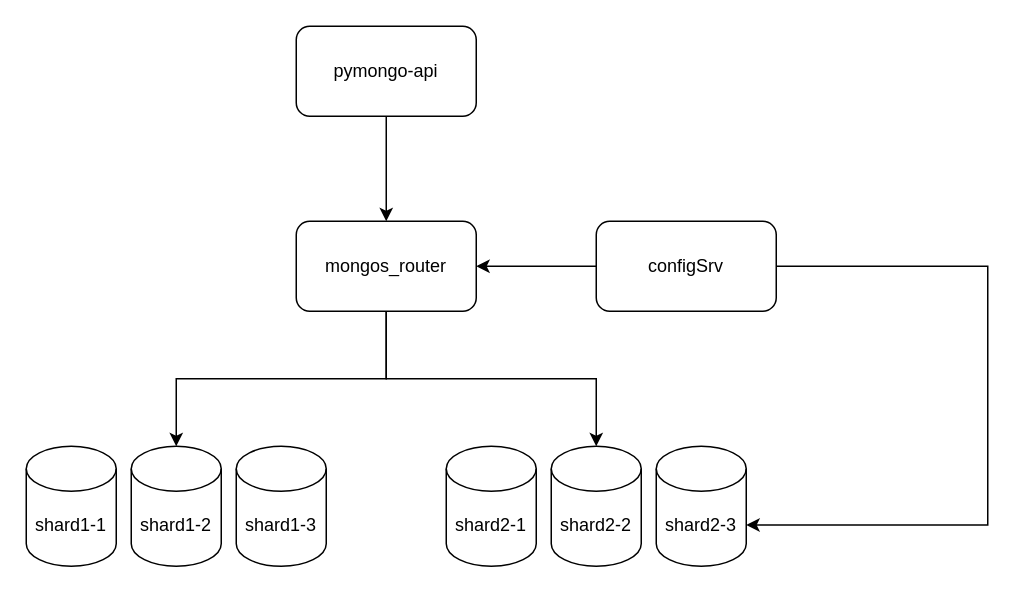
Before: docs/diagrams/task1.2.drawio in Yandex-Practicum/architecture-black_friday, a draw.io diagram. Source tidied: cells renumbered, new cells numbered last; positions are measured from the earlier drawing's top-left corner, leaving out a move shared by most shapes. Both pictures are drawn from the tidied source at 150%, with x=0, y=0 at pixel (26, 26).
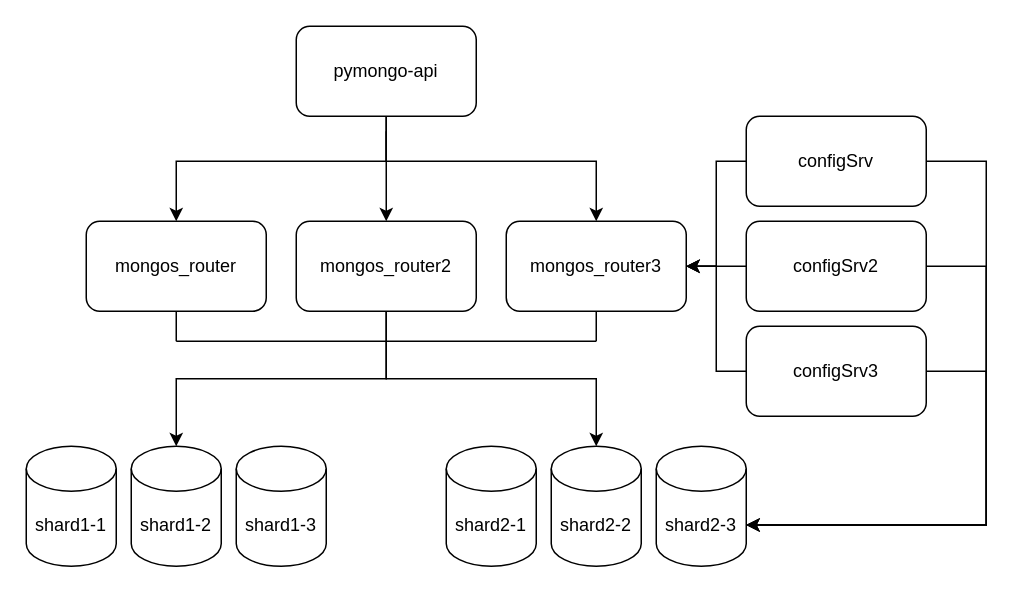
The same page after the edit.

The change refers to these unchanged cells:
```xml
<mxCell id="6" value="shard2-3" style="shape=cylinder3;whiteSpace=wrap;html=1;boundedLbl=1;backgroundOutline=1;size=15;" parent="1" vertex="1">
  <mxGeometry x="420" y="280" width="60" height="80" as="geometry" />
</mxCell>
```

The edit, as a diff of the source:
```diff
@@
-    <mxCell id="12" value="mongos_router" style="rounded=1;whiteSpace=wrap;html=1;" parent="1" vertex="1">
+    <mxCell id="12" value="mongos_router2" style="rounded=1;whiteSpace=wrap;html=1;" parent="1" vertex="1">
       <mxGeometry x="180" y="130" width="120" height="60" as="geometry" />
     </mxCell>
-    <mxCell id="13" value="configSrv" style="rounded=1;whiteSpace=wrap;html=1;" parent="1" vertex="1">
-      <mxGeometry x="380" y="130" width="120" height="60" as="geometry" />
+    <mxCell id="13" value="configSrv2" style="rounded=1;whiteSpace=wrap;html=1;" parent="1" vertex="1">
+      <mxGeometry x="480" y="130" width="120" height="60" as="geometry" />
     </mxCell>
-    <mxCell id="14" style="edgeStyle=orthogonalEdgeStyle;rounded=0;jettySize=auto;html=1;exitX=0;exitY=0.5;exitDx=0;exitDy=0;entryX=1;entryY=0.5;entryDx=0;entryDy=0;" parent="1" edge="1" source="13" target="12">
-      <mxGeometry relative="1" as="geometry" />
-    </mxCell>
     <mxCell id="15" style="edgeStyle=orthogonalEdgeStyle;rounded=0;jettySize=auto;html=1;exitX=1;exitY=0.5;exitDx=0;exitDy=0;entryX=1;entryY=0;entryDx=0;entryDy=52.5;entryPerimeter=0;" parent="1" edge="1" source="13" target="6">
       <mxGeometry relative="1" as="geometry">
         <Array as="points">
-          <mxPoint x="641" y="160" />
-          <mxPoint x="641" y="333" />
+          <mxPoint x="640" y="160" />
+          <mxPoint x="640" y="333" />
         </Array>
       </mxGeometry>
     </mxCell>
+    <mxCell id="16" value="configSrv3" style="rounded=1;whiteSpace=wrap;html=1;" parent="1" vertex="1">
+      <mxGeometry x="480" y="200" width="120" height="60" as="geometry" />
+    </mxCell>
+    <mxCell id="17" value="configSrv" style="rounded=1;whiteSpace=wrap;html=1;" parent="1" vertex="1">
+      <mxGeometry x="480" y="60" width="120" height="60" as="geometry" />
+    </mxCell>
+    <mxCell id="18" value="mongos_router" style="rounded=1;whiteSpace=wrap;html=1;" parent="1" vertex="1">
+      <mxGeometry x="40" y="130" width="120" height="60" as="geometry" />
+    </mxCell>
+    <mxCell id="19" style="edgeStyle=orthogonalEdgeStyle;rounded=0;jettySize=auto;html=1;exitX=0;exitY=0.5;exitDx=0;exitDy=0;entryX=1;entryY=0.5;entryDx=0;entryDy=0;" parent="1" edge="1" source="13" target="20">
+      <mxGeometry relative="1" as="geometry" />
+    </mxCell>
+    <mxCell id="20" value="mongos_router3" style="rounded=1;whiteSpace=wrap;html=1;" parent="1" vertex="1">
+      <mxGeometry x="320" y="130" width="120" height="60" as="geometry" />
+    </mxCell>
+    <mxCell id="21" style="edgeStyle=orthogonalEdgeStyle;rounded=0;jettySize=auto;html=1;entryX=0.5;entryY=0;entryDx=0;entryDy=0;" parent="1" edge="1" target="18">
+      <mxGeometry relative="1" as="geometry">
+        <mxPoint x="240" y="70" as="sourcePoint" />
+        <Array as="points">
+          <mxPoint x="240" y="90" />
+          <mxPoint x="100" y="90" />
+        </Array>
+      </mxGeometry>
+    </mxCell>
+    <mxCell id="22" style="edgeStyle=orthogonalEdgeStyle;rounded=0;jettySize=auto;html=1;entryX=0.5;entryY=0;entryDx=0;entryDy=0;" parent="1" edge="1" target="20">
+      <mxGeometry relative="1" as="geometry">
+        <mxPoint x="240" y="60" as="sourcePoint" />
+        <Array as="points">
+          <mxPoint x="240" y="90" />
+          <mxPoint x="380" y="90" />
+        </Array>
+      </mxGeometry>
+    </mxCell>
+    <mxCell id="23" style="edgeStyle=orthogonalEdgeStyle;rounded=0;orthogonalLoop=1;jettySize=auto;html=1;exitX=0.5;exitY=1;exitDx=0;exitDy=0;" parent="1" edge="1">
+      <mxGeometry relative="1" as="geometry">
+        <mxPoint x="480" y="90" as="sourcePoint" />
+        <mxPoint x="440" y="160" as="targetPoint" />
+        <Array as="points">
+          <mxPoint x="460" y="90" />
+          <mxPoint x="460" y="160" />
+        </Array>
+      </mxGeometry>
+    </mxCell>
+    <mxCell id="24" style="edgeStyle=orthogonalEdgeStyle;rounded=0;jettySize=auto;html=1;exitX=1;exitY=0.5;exitDx=0;exitDy=0;entryX=1;entryY=0;entryDx=0;entryDy=52.5;entryPerimeter=0;" parent="1" edge="1" source="16" target="6">
+      <mxGeometry relative="1" as="geometry">
+        <Array as="points">
+          <mxPoint x="640" y="230" />
+          <mxPoint x="640" y="333" />
+        </Array>
+      </mxGeometry>
+    </mxCell>
+    <mxCell id="25" style="edgeStyle=orthogonalEdgeStyle;rounded=0;jettySize=auto;html=1;exitX=1;exitY=0.5;exitDx=0;exitDy=0;entryX=1;entryY=0;entryDx=0;entryDy=52.5;entryPerimeter=0;" parent="1" edge="1" source="17" target="6">
+      <mxGeometry relative="1" as="geometry">
+        <Array as="points">
+          <mxPoint x="640" y="90" />
+          <mxPoint x="640" y="333" />
+        </Array>
+      </mxGeometry>
+    </mxCell>
+    <mxCell id="26" style="edgeStyle=orthogonalEdgeStyle;rounded=0;jettySize=auto;html=1;exitX=0;exitY=0.5;exitDx=0;exitDy=0;entryX=1;entryY=0.5;entryDx=0;entryDy=0;" parent="1" edge="1" source="16" target="20">
+      <mxGeometry relative="1" as="geometry" />
+    </mxCell>
+    <mxCell id="27" style="endArrow=none;html=1;rounded=0;exitX=0.5;exitY=1;exitDx=0;exitDy=0;" parent="1" edge="1" source="18">
+      <mxGeometry relative="1" as="geometry">
+        <mxPoint x="100" y="210" as="targetPoint" />
+      </mxGeometry>
+    </mxCell>
+    <mxCell id="28" style="endArrow=none;html=1;rounded=0;" parent="1" edge="1">
+      <mxGeometry relative="1" as="geometry">
+        <mxPoint x="100" y="210" as="sourcePoint" />
+        <mxPoint x="380" y="210" as="targetPoint" />
+      </mxGeometry>
+    </mxCell>
+    <mxCell id="29" style="endArrow=none;html=1;rounded=0;entryX=0.5;entryY=1;entryDx=0;entryDy=0;" parent="1" edge="1" target="20">
+      <mxGeometry relative="1" as="geometry">
+        <mxPoint x="380" y="210" as="sourcePoint" />
+      </mxGeometry>
+    </mxCell>
```
